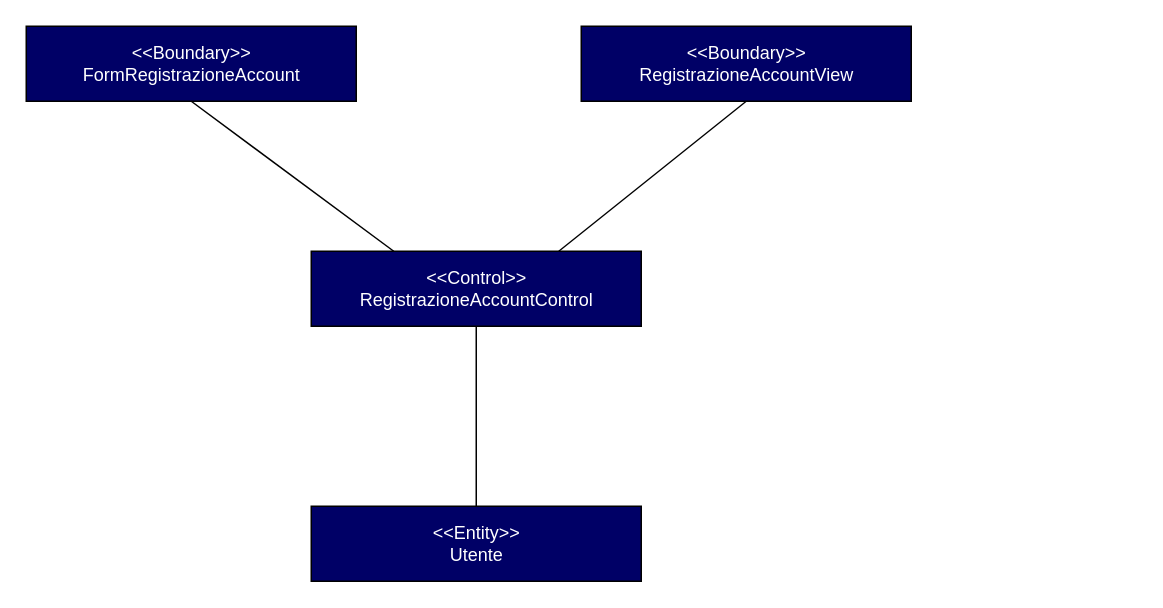
Before: Documenti/UML Aggiornati/Autenticazione/Autenticazione.drawio in Givaa/MedQueue, a draw.io diagram. Source tidied: cells renumbered, new cells numbered last; positions are measured from the earlier drawing's top-left corner, leaving out a move shared by most shapes. Both pictures are drawn from the tidied source at 150%, with x=0, y=0 at pixel (26, 26).
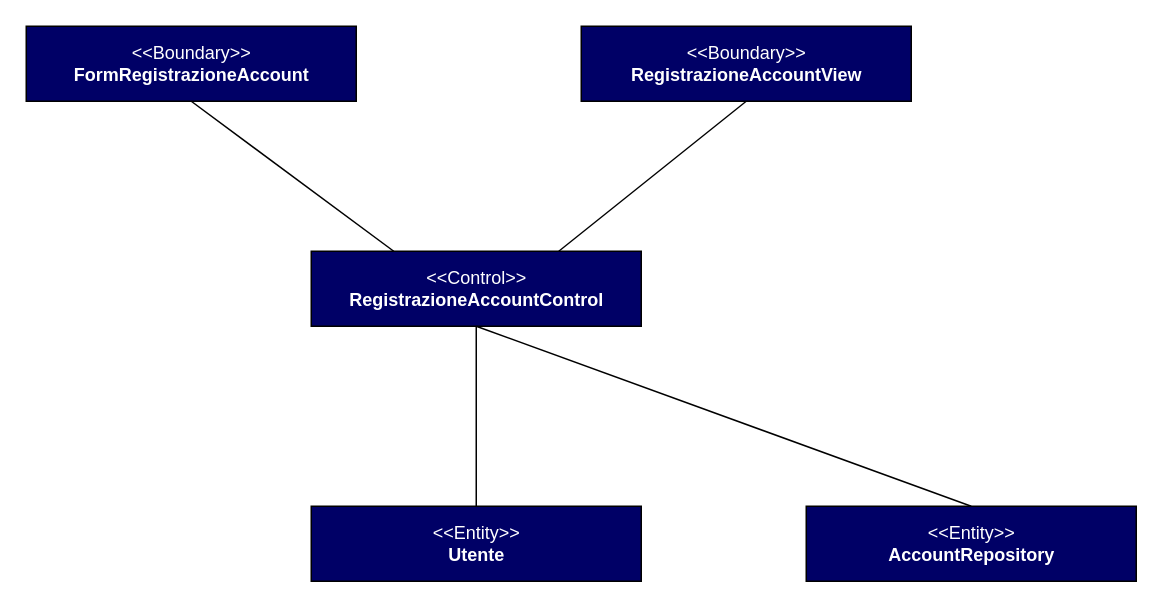
The same diagram, later.

Change to the diagram source:
```diff
@@
 <mxGraphModel>
   <root>
     <mxCell id="0" />
     <mxCell id="1" parent="0" />
-    <mxCell id="2" value="&lt;font color=&quot;#ffffff&quot;&gt;&amp;lt;&amp;lt;Control&amp;gt;&amp;gt;&lt;br&gt;RegistrazioneAccountControl&lt;br&gt;&lt;/font&gt;" style="html=1;fillColor=#000066;" parent="1" vertex="1">
+    <mxCell id="2" value="&lt;font color=&quot;#ffffff&quot;&gt;&amp;lt;&amp;lt;Control&amp;gt;&amp;gt;&lt;br&gt;&lt;b&gt;RegistrazioneAccountControl&lt;/b&gt;&lt;br&gt;&lt;/font&gt;" style="html=1;fillColor=#000066;" parent="1" vertex="1">
       <mxGeometry x="190" y="150" width="220" height="50" as="geometry" />
     </mxCell>
-    <mxCell id="3" value="&lt;font color=&quot;#ffffff&quot;&gt;&amp;lt;&amp;lt;Boundary&amp;gt;&amp;gt;&lt;br&gt;FormRegistrazioneAccount&lt;br&gt;&lt;/font&gt;" style="html=1;fillColor=#000066;" parent="1" vertex="1">
+    <mxCell id="3" value="&lt;font color=&quot;#ffffff&quot;&gt;&amp;lt;&amp;lt;Boundary&amp;gt;&amp;gt;&lt;br&gt;&lt;b&gt;FormRegistrazioneAccount&lt;/b&gt;&lt;br&gt;&lt;/font&gt;" style="html=1;fillColor=#000066;" parent="1" vertex="1">
       <mxGeometry width="220" height="50" as="geometry" />
     </mxCell>
-    <mxCell id="4" value="&lt;font color=&quot;#ffffff&quot;&gt;&amp;lt;&amp;lt;Boundary&amp;gt;&amp;gt;&lt;br&gt;RegistrazioneAccountView&lt;br&gt;&lt;/font&gt;" style="html=1;fillColor=#000066;" parent="1" vertex="1">
+    <mxCell id="4" value="&lt;font color=&quot;#ffffff&quot;&gt;&amp;lt;&amp;lt;Boundary&amp;gt;&amp;gt;&lt;br&gt;&lt;b&gt;RegistrazioneAccountView&lt;/b&gt;&lt;br&gt;&lt;/font&gt;" style="html=1;fillColor=#000066;" parent="1" vertex="1">
       <mxGeometry x="370" width="220" height="50" as="geometry" />
     </mxCell>
-    <mxCell id="5" value="&lt;font color=&quot;#ffffff&quot;&gt;&amp;lt;&amp;lt;Entity&amp;gt;&amp;gt;&lt;br&gt;Utente&lt;br&gt;&lt;/font&gt;" style="html=1;fillColor=#000066;" parent="1" vertex="1">
+    <mxCell id="5" value="&lt;font color=&quot;#ffffff&quot;&gt;&amp;lt;&amp;lt;Entity&amp;gt;&amp;gt;&lt;br&gt;&lt;b&gt;Utente&lt;/b&gt;&lt;br&gt;&lt;/font&gt;" style="html=1;fillColor=#000066;" parent="1" vertex="1">
       <mxGeometry x="190" y="320" width="220" height="50" as="geometry" />
     </mxCell>
     <mxCell id="6" style="endArrow=none;html=1;entryX=0.5;entryY=1;entryDx=0;entryDy=0;exitX=0.5;exitY=0;exitDx=0;exitDy=0;" parent="1" edge="1" source="5" target="2">
       <mxGeometry relative="1" as="geometry" />
     </mxCell>
     <mxCell id="7" style="endArrow=none;html=1;exitX=0.75;exitY=0;exitDx=0;exitDy=0;entryX=0.5;entryY=1;entryDx=0;entryDy=0;" parent="1" edge="1" source="2" target="4">
       <mxGeometry relative="1" as="geometry" />
     </mxCell>
     <mxCell id="8" style="endArrow=none;html=1;entryX=0.5;entryY=1;entryDx=0;entryDy=0;exitX=0.25;exitY=0;exitDx=0;exitDy=0;" parent="1" edge="1" source="2" target="3">
       <mxGeometry relative="1" as="geometry" />
     </mxCell>
+    <mxCell id="9" style="endArrow=none;html=1;entryX=0.5;entryY=1;entryDx=0;entryDy=0;exitX=0.5;exitY=0;exitDx=0;exitDy=0;" parent="1" edge="1" source="10" target="2">
+      <mxGeometry relative="1" as="geometry" />
+    </mxCell>
+    <mxCell id="10" value="&lt;font color=&quot;#ffffff&quot;&gt;&amp;lt;&amp;lt;Entity&amp;gt;&amp;gt;&lt;br&gt;&lt;b&gt;AccountRepository&lt;/b&gt;&lt;br&gt;&lt;/font&gt;" style="html=1;fillColor=#000066;" parent="1" vertex="1">
+      <mxGeometry x="520" y="320" width="220" height="50" as="geometry" />
+    </mxCell>
   </root>
 </mxGraphModel>
```
